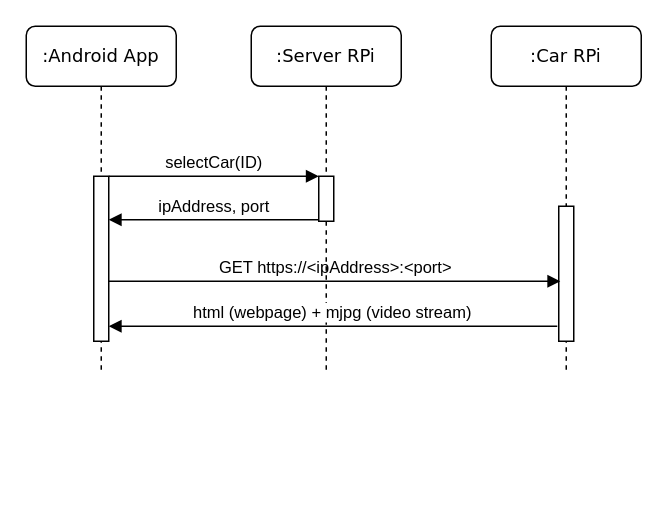
sysc3010-t3/docs keeps this draw.io diagram as design/diagrams/Design_Stream_Sequence.drawio. Above is the earlier version. Source tidied: cells renumbered, new cells numbered last; positions are measured from the earlier drawing's top-left corner, leaving out a move shared by most shapes. Both pictures are drawn from the tidied source at 150%, with x=0, y=0 at pixel (26, 26).
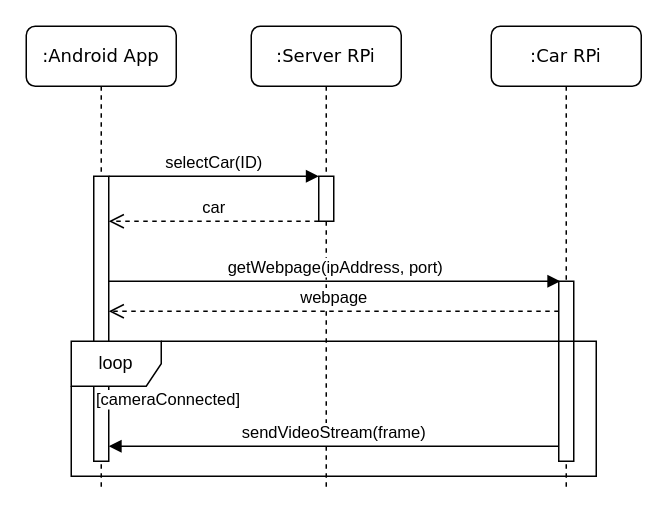
Above is the later version.

Unchanged cells that the change refers to:
```xml
<mxCell id="3" style="html=1;points=[];perimeter=orthogonalPerimeter;rounded=0;shadow=0;comic=0;labelBackgroundColor=none;strokeColor=#000000;strokeWidth=1;fillColor=#FFFFFF;fontFamily=Verdana;fontSize=12;fontColor=#000000;align=center;" parent="2" vertex="1">
  <mxGeometry x="45" y="100" width="10" height="30" as="geometry" />
</mxCell>
```

Change to the diagram source:
```diff
@@
     <mxCell id="2" value=":Server RPi" style="shape=umlLifeline;perimeter=lifelinePerimeter;whiteSpace=wrap;html=1;rounded=1;shadow=0;comic=0;labelBackgroundColor=none;strokeColor=#000000;strokeWidth=1;fillColor=#FFFFFF;fontFamily=Verdana;fontSize=12;fontColor=#000000;align=center;" parent="1" vertex="1">
-      <mxGeometry x="150" width="100" height="230" as="geometry" />
+      <mxGeometry x="150" width="100" height="310" as="geometry" />
     </mxCell>
@@
     <mxCell id="4" value=":Android App" style="shape=umlLifeline;perimeter=lifelinePerimeter;whiteSpace=wrap;html=1;rounded=1;shadow=0;comic=0;labelBackgroundColor=none;strokeColor=#000000;strokeWidth=1;fillColor=#FFFFFF;fontFamily=Verdana;fontSize=12;fontColor=#000000;align=center;" parent="1" vertex="1">
-      <mxGeometry width="100" height="230" as="geometry" />
+      <mxGeometry width="100" height="310" as="geometry" />
     </mxCell>
     <mxCell id="5" style="html=1;points=[];perimeter=orthogonalPerimeter;rounded=0;shadow=0;comic=0;labelBackgroundColor=none;strokeColor=#000000;strokeWidth=1;fillColor=#FFFFFF;fontFamily=Verdana;fontSize=12;fontColor=#000000;align=center;" parent="4" vertex="1">
-      <mxGeometry x="45" y="100" width="10" height="110" as="geometry" />
+      <mxGeometry x="45" y="100" width="10" height="190" as="geometry" />
     </mxCell>
@@
     <mxCell id="7" value=":Car RPi" style="shape=umlLifeline;perimeter=lifelinePerimeter;whiteSpace=wrap;html=1;rounded=1;shadow=0;comic=0;labelBackgroundColor=none;strokeColor=#000000;strokeWidth=1;fillColor=#FFFFFF;fontFamily=Verdana;fontSize=12;fontColor=#000000;align=center;" parent="1" vertex="1">
-      <mxGeometry x="310" width="100" height="230" as="geometry" />
+      <mxGeometry x="310" width="100" height="310" as="geometry" />
     </mxCell>
     <mxCell id="8" style="html=1;points=[];perimeter=orthogonalPerimeter;rounded=0;shadow=0;comic=0;labelBackgroundColor=none;strokeColor=#000000;strokeWidth=1;fillColor=#FFFFFF;fontFamily=Helvetica;fontSize=11;fontColor=#000000;align=center;" parent="7" vertex="1">
-      <mxGeometry x="45" y="120" width="10" height="90" as="geometry" />
+      <mxGeometry x="45" y="170" width="10" height="120" as="geometry" />
     </mxCell>
-    <mxCell id="9" value="ipAddress, port" style="html=1;verticalAlign=bottom;endArrow=block;fontFamily=Helvetica;fontSize=11;" parent="1" edge="1">
-      <mxGeometry relative="1" as="geometry">
-        <mxPoint x="195" y="129" as="sourcePoint" />
-        <mxPoint x="55" y="129" as="targetPoint" />
-        <Array as="points">
-          <mxPoint x="110" y="129" />
-        </Array>
-      </mxGeometry>
-    </mxCell>
-    <mxCell id="10" value="GET https://&amp;lt;ipAddress&amp;gt;:&amp;lt;port&amp;gt;" style="html=1;verticalAlign=bottom;endArrow=block;labelBackgroundColor=none;fontFamily=Helvetica;fontSize=11;edgeStyle=elbowEdgeStyle;elbow=vertical;" parent="1" edge="1" source="5">
+    <mxCell id="10" value="getWebpage(ipAddress, port)" style="html=1;verticalAlign=bottom;endArrow=block;labelBackgroundColor=#ffffff;fontFamily=Helvetica;fontSize=11;edgeStyle=elbowEdgeStyle;elbow=horizontal;" parent="1" edge="1" source="5">
       <mxGeometry relative="1" as="geometry">
         <mxPoint x="356" y="170" as="targetPoint" />
         <Array as="points">
           <mxPoint x="195" y="170" />
         </Array>
       </mxGeometry>
     </mxCell>
-    <mxCell id="11" value="html (webpage) + mjpg (video stream)" style="html=1;verticalAlign=bottom;endArrow=block;fontFamily=Helvetica;fontSize=11;" parent="1" edge="1" target="5">
+    <mxCell id="11" value="sendVideoStream(frame)" style="html=1;verticalAlign=bottom;endArrow=block;fontFamily=Helvetica;fontSize=11;" parent="1" edge="1" source="8" target="5">
       <mxGeometry relative="1" as="geometry">
-        <mxPoint x="354" y="200" as="sourcePoint" />
         <Array as="points">
-          <mxPoint x="175" y="200" />
+          <mxPoint x="210" y="280" />
         </Array>
       </mxGeometry>
     </mxCell>
+    <mxCell id="12" value="webpage" style="html=1;verticalAlign=bottom;endArrow=open;dashed=1;endSize=8;" parent="1" edge="1" source="8" target="5">
+      <mxGeometry relative="1" as="geometry">
+        <Array as="points">
+          <mxPoint x="210" y="190" />
+        </Array>
+      </mxGeometry>
+    </mxCell>
+    <mxCell id="13" value="car" style="html=1;verticalAlign=bottom;endArrow=open;dashed=1;endSize=8;labelBackgroundColor=#ffffff;" parent="1" edge="1" source="3" target="5">
+      <mxGeometry relative="1" as="geometry">
+        <Array as="points">
+          <mxPoint x="130" y="130" />
+        </Array>
+      </mxGeometry>
+    </mxCell>
+    <mxCell id="14" value="loop" style="shape=umlFrame;whiteSpace=wrap;html=1;" parent="1" vertex="1">
+      <mxGeometry x="30" y="210" width="350" height="90" as="geometry" />
+    </mxCell>
+    <mxCell id="15" value="[cameraConnected]" style="text;html=1;align=left;verticalAlign=top;spacingTop=-4;fontSize=11;labelBackgroundColor=#ffffff;" parent="1" vertex="1">
+      <mxGeometry x="45" y="240" width="110" height="10" as="geometry" />
+    </mxCell>
```
